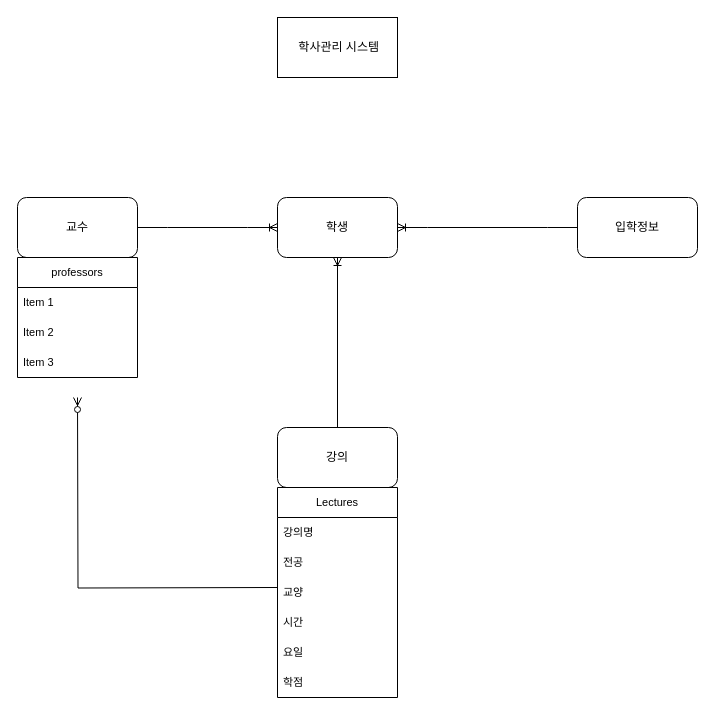
Earlier version of the draw.io diagram 자습용 다이어그램.drawio (D-o-H-w-a/SelfStudy). Source tidied: cells renumbered, new cells numbered last; positions are measured from the earlier drawing's top-left corner, leaving out a move shared by most shapes. Both pictures are drawn from the tidied source at 100%, with x=0, y=0 at pixel (17, 17).
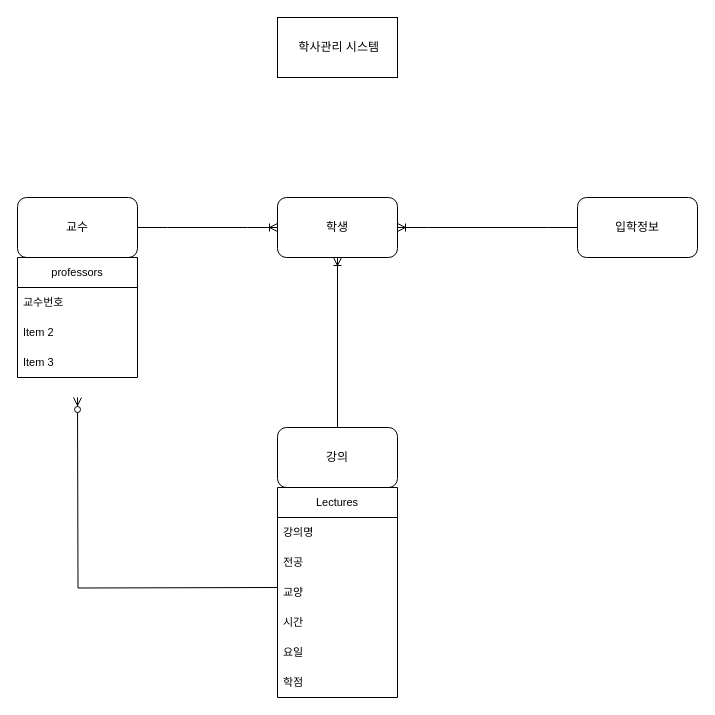
Above is the later version.

Commit message:
다이어그램 저장

The change refers to these unchanged cells:
```xml
<mxCell id="18" value="professors" style="swimlane;fontStyle=0;horizontal=1;startSize=30;whiteSpace=wrap;html=1;align=center;verticalAlign=middle;fontFamily=Helvetica;fontSize=11;fontColor=default;fillColor=none;" parent="1" vertex="1">
  <mxGeometry y="240" width="120" height="120" as="geometry" />
</mxCell>
```

Diff of the diagram source:
```diff
@@
-    <mxCell id="19" value="Item 1" style="text;strokeColor=none;fillColor=none;align=left;verticalAlign=middle;spacingLeft=4;spacingRight=4;overflow=hidden;whiteSpace=wrap;html=1;fontFamily=Helvetica;fontSize=11;fontColor=default;" parent="18" vertex="1">
+    <mxCell id="19" value="교수번호" style="text;strokeColor=none;fillColor=none;align=left;verticalAlign=middle;spacingLeft=4;spacingRight=4;overflow=hidden;whiteSpace=wrap;html=1;fontFamily=Helvetica;fontSize=11;fontColor=default;" parent="18" vertex="1">
       <mxGeometry y="30" width="120" height="30" as="geometry" />
     </mxCell>
```
